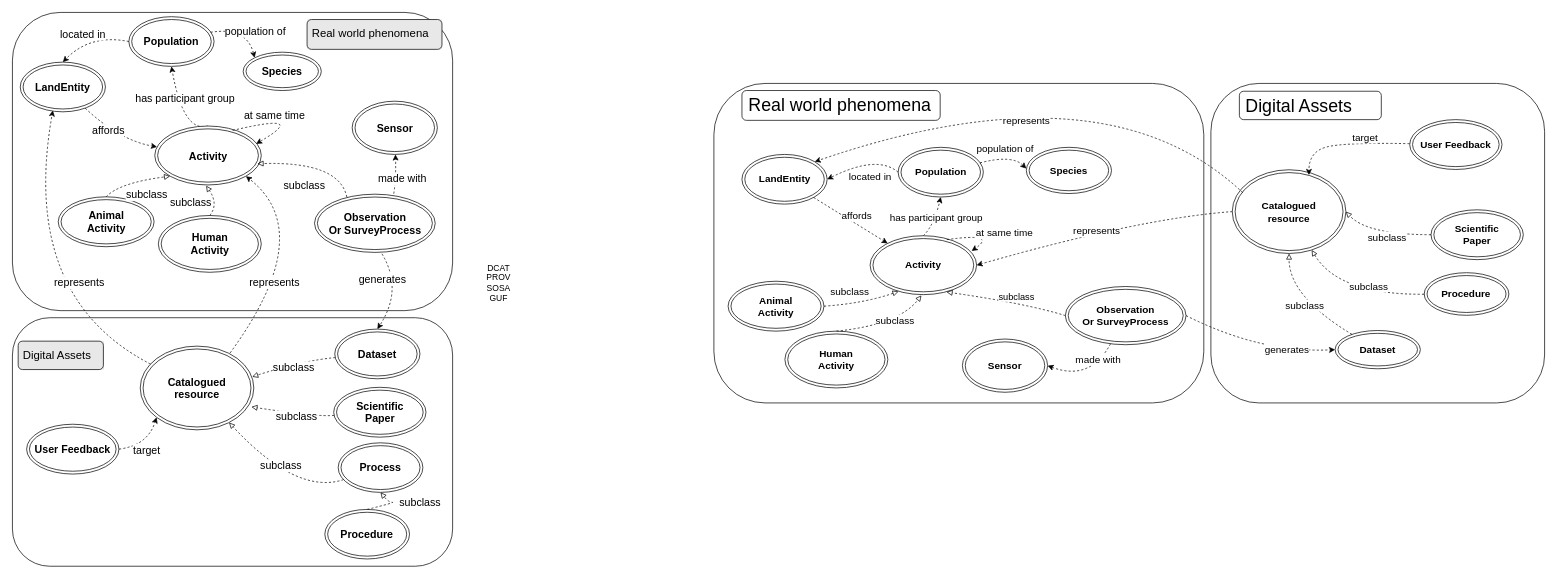
IntForOut/outdoorPressure keeps this draw.io diagram as page "schemas article" (2 of 3) of docs/diagrams/model_KG.drawio. Above is the earlier version. Source tidied: cells renumbered, new cells numbered last; positions are measured from the earlier drawing's top-left corner, leaving out a move shared by most shapes. Both pictures are drawn from the tidied source at 71%, with x=0, y=0 at pixel (12, 12).
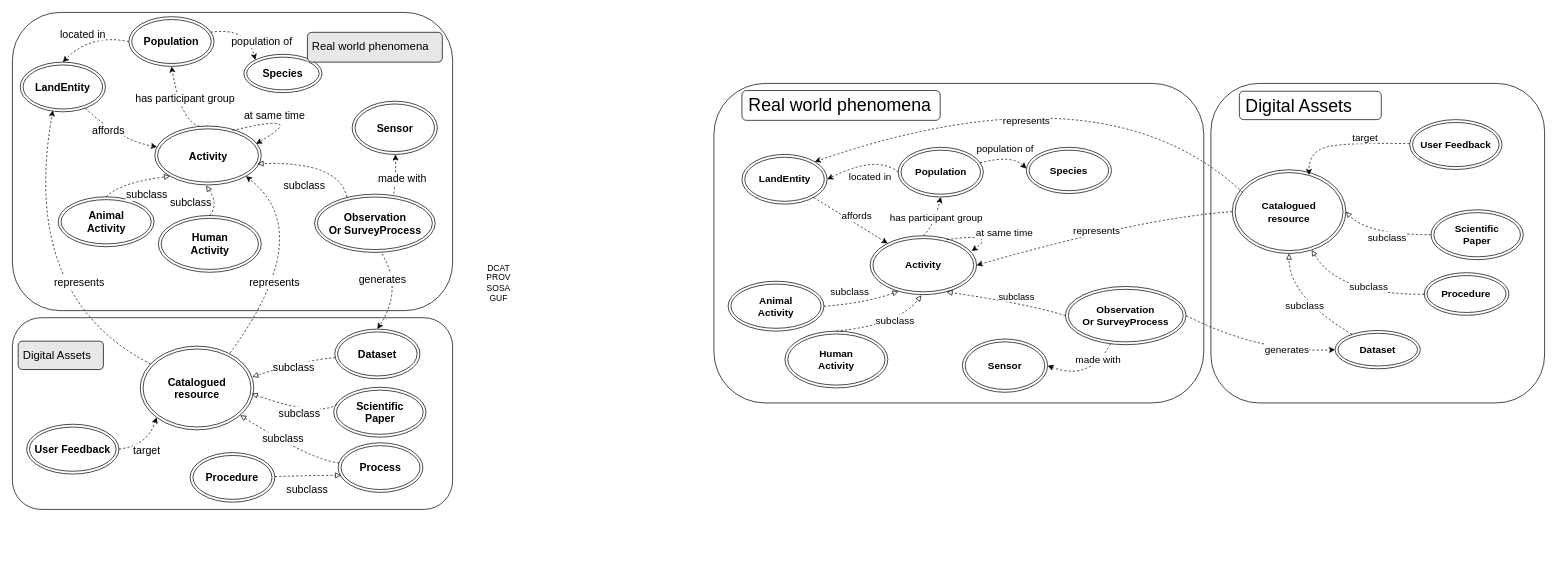
The same diagram, later.

The change refers to these unchanged cells:
```xml
<mxCell id="63" value="&lt;b&gt;Catalogued &lt;br&gt;resource&lt;/b&gt;" style="ellipse;shape=doubleEllipse;whiteSpace=wrap;html=1;fontSize=15;fillColor=none;" parent="1" vertex="1">
  <mxGeometry x="180" y="470" width="160" height="117.9" as="geometry" />
</mxCell>
<mxCell id="64" value="&lt;b&gt;Scientific&lt;/b&gt;&lt;div&gt;&lt;b&gt;Paper&lt;/b&gt;&lt;/div&gt;" style="ellipse;shape=doubleEllipse;whiteSpace=wrap;html=1;fontSize=15;" parent="1" vertex="1">
  <mxGeometry x="452.5" y="528" width="130" height="70.2" as="geometry" />
</mxCell>
<mxCell id="82" value="&lt;b&gt;&lt;span style=&quot;color: rgb(0, 0, 0);&quot;&gt;Process&lt;/span&gt;&lt;/b&gt;" style="ellipse;shape=doubleEllipse;whiteSpace=wrap;html=1;fontSize=15;fillColor=none;" parent="1" vertex="1">
  <mxGeometry x="458.8" y="606.2" width="119.3" height="69.8" as="geometry" />
</mxCell>
<mxCell id="104" style="edgeStyle=none;html=1;rounded=0;curved=1;dashed=1;exitX=0.958;exitY=0.314;exitDx=0;exitDy=0;exitPerimeter=0;entryX=0;entryY=0;entryDx=0;entryDy=0;fontSize=15;" parent="1" edge="1" source="101" target="79">
  <mxGeometry relative="1" as="geometry">
    <Array as="points">
      <mxPoint x="330" y="20" />
    </Array>
  </mxGeometry>
</mxCell>
```

What changed in the source:
```diff
@@
     <mxCell id="2" style="rounded=1;whiteSpace=wrap;html=1;fillColor=none;fontSize=15;" parent="1" vertex="1">
-      <mxGeometry y="430" width="620" height="350" as="geometry" />
+      <mxGeometry y="430" width="620" height="270" as="geometry" />
     </mxCell>
@@
     <mxCell id="79" value="&lt;b&gt;Species&lt;/b&gt;" style="ellipse;shape=doubleEllipse;whiteSpace=wrap;html=1;fontSize=15;" parent="1" vertex="1">
-      <mxGeometry x="325" y="56" width="110" height="54" as="geometry" />
+      <mxGeometry x="326" y="59" width="110" height="54" as="geometry" />
     </mxCell>
     <mxCell id="80" style="edgeStyle=none;html=1;rounded=0;curved=1;dashed=1;endArrow=block;endFill=0;fontSize=15;" parent="1" edge="1" source="82" target="63">
       <mxGeometry relative="1" as="geometry">
         <Array as="points">
-          <mxPoint x="400.5" y="680" />
+          <mxPoint x="420" y="630" />
         </Array>
       </mxGeometry>
     </mxCell>
     <mxCell id="81" value="subclass" style="edgeLabel;html=1;align=center;verticalAlign=middle;fontSize=15;" parent="80" vertex="1">
       <mxGeometry x="-0.02" y="-5" relative="1" as="geometry">
-        <mxPoint x="-4" y="-14" as="offset" />
+        <mxPoint x="-11" y="-7" as="offset" />
       </mxGeometry>
     </mxCell>
@@
-    <mxCell id="92" style="edgeStyle=none;html=1;entryX=0.978;entryY=0.726;entryDx=0;entryDy=0;rounded=0;curved=1;dashed=1;endArrow=block;endFill=0;entryPerimeter=0;fontSize=15;" parent="1" edge="1" source="64" target="63">
+    <mxCell id="92" style="edgeStyle=none;html=1;entryX=0.981;entryY=0.568;entryDx=0;entryDy=0;rounded=0;curved=1;dashed=1;endArrow=block;endFill=0;entryPerimeter=0;fontSize=15;exitX=0.035;exitY=0.342;exitDx=0;exitDy=0;exitPerimeter=0;" parent="1" edge="1" source="64" target="63">
       <mxGeometry relative="1" as="geometry">
         <Array as="points">
           <mxPoint x="430.5" y="570" />
         </Array>
       </mxGeometry>
     </mxCell>
@@
     <mxCell id="98" style="group;fontSize=15;fillColor=#E8E8E8;" parent="1" vertex="1">
-      <mxGeometry x="415" y="10" width="190" height="42" as="geometry" />
+      <mxGeometry x="415.5" y="28" width="190" height="42" as="geometry" />
     </mxCell>
@@
     <mxCell id="105" value="population of" style="edgeLabel;html=1;align=center;verticalAlign=middle;fontSize=15;" parent="104" vertex="1">
       <mxGeometry x="0.04" y="11" relative="1" as="geometry">
-        <mxPoint x="15" y="16" as="offset" />
+        <mxPoint x="10" y="23" as="offset" />
       </mxGeometry>
     </mxCell>
@@
     <mxCell id="111" value="&lt;b&gt;&lt;span style=&quot;color: rgb(0, 0, 0);&quot;&gt;Procedure&lt;/span&gt;&lt;/b&gt;" style="ellipse;shape=doubleEllipse;whiteSpace=wrap;html=1;fontSize=15;fillColor=none;" parent="1" vertex="1">
-      <mxGeometry x="440" y="700" width="119.3" height="69.8" as="geometry" />
+      <mxGeometry x="250.3" y="620" width="119.3" height="69.8" as="geometry" />
     </mxCell>
-    <mxCell id="112" style="edgeStyle=none;html=1;rounded=0;curved=1;dashed=1;endArrow=block;endFill=0;fontSize=15;exitX=0.5;exitY=0;exitDx=0;exitDy=0;entryX=0.5;entryY=1;entryDx=0;entryDy=0;" parent="1" edge="1" source="111" target="82">
+    <mxCell id="112" style="edgeStyle=none;html=1;rounded=0;curved=1;dashed=1;endArrow=block;endFill=0;fontSize=15;entryX=0.035;entryY=0.656;entryDx=0;entryDy=0;entryPerimeter=0;" parent="1" edge="1" source="111" target="82">
       <mxGeometry relative="1" as="geometry">
         <Array as="points">
-          <mxPoint x="540" y="690" />
-          <mxPoint x="530" y="690" />
+          <mxPoint x="420" y="652" />
         </Array>
       </mxGeometry>
     </mxCell>
     <mxCell id="113" value="subclass" style="edgeLabel;html=1;align=center;verticalAlign=middle;fontSize=15;" parent="112" vertex="1">
       <mxGeometry x="-0.02" y="-5" relative="1" as="geometry">
-        <mxPoint x="40" y="-7" as="offset" />
+        <mxPoint x="-1" y="13" as="offset" />
       </mxGeometry>
     </mxCell>
```
